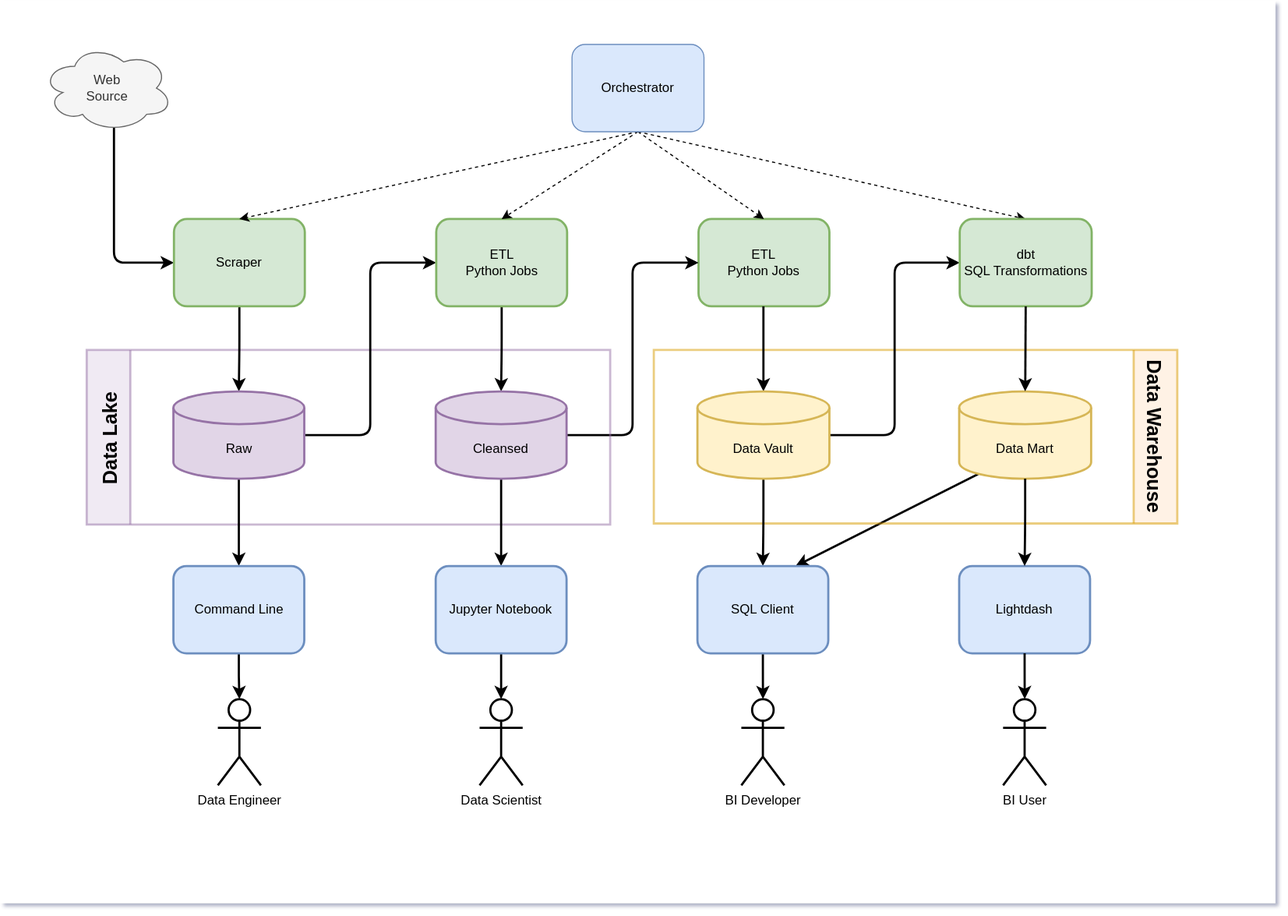
petracarrion/job-market-analytics keeps this draw.io diagram as doc/architecture-overview.drawio.svg. Above is the earlier version. Source tidied: cells renumbered, new cells last; positions are measured from the earlier drawing's top-left corner, leaving out a move shared by most shapes.
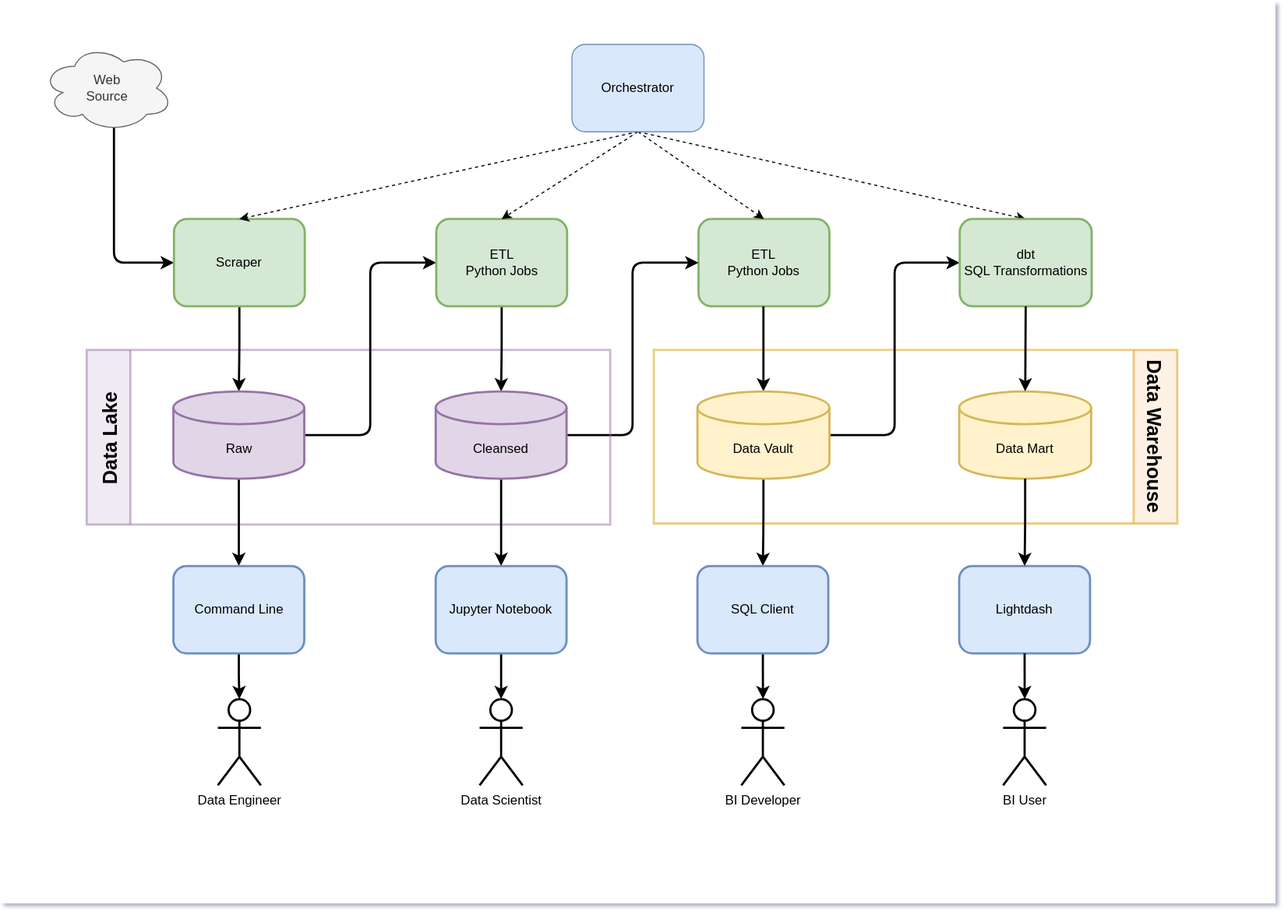
The same diagram one commit later.

The edit, as a diff of the source:
```diff
@@ -5,9 +5,6 @@
     <mxCell id="2" style="rounded=0;whiteSpace=wrap;html=1;strokeColor=none;" parent="1" vertex="1">
       <mxGeometry width="1169" height="827" as="geometry" />
     </mxCell>
-    <mxCell id="3" style="rounded=1;jettySize=auto;html=1;strokeWidth=2;exitX=0.145;exitY=1;exitDx=0;exitDy=-4.35;exitPerimeter=0;entryX=0.75;entryY=0;entryDx=0;entryDy=0;" parent="1" edge="1" source="36" target="27">
-      <mxGeometry relative="1" as="geometry" />
-    </mxCell>
     <mxCell id="4" style="edgeStyle=none;rounded=0;jettySize=auto;html=1;entryX=0.5;entryY=0;entryDx=0;entryDy=0;exitX=0.5;exitY=1;exitDx=0;exitDy=0;dashed=1;" parent="1" edge="1" source="44" target="35">
       <mxGeometry relative="1" as="geometry" />
     </mxCell>
```
